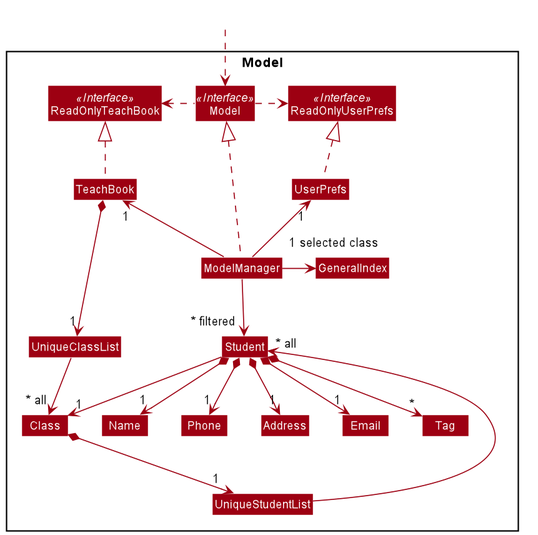
yulonglim/tp keeps this PlantUML diagram as docs/images/ModelClassDiagram.png. Above is the earlier version. The source it was exported from:
```plantuml
@startuml
!include style.puml
skinparam arrowThickness 1.1
skinparam arrowColor MODEL_COLOR
skinparam classBackgroundColor MODEL_COLOR

Package Model <<Rectangle>>{
Interface ReadOnlyTeachBook <<Interface>>
Interface ReadOnlyUserPrefs <<Interface>>
Interface Model <<Interface>>
Class ReadOnlyTeachBook
Class ReadOnlyUserPrefs
Class Model

Class TeachBook
Class UserPrefs
Class ModelManager

Class UniqueClassList
Class GeneralIndex
Class UniqueStudentList

Class Student
Class Name
Class Phone
Class Class
Class Address
Class Email
Class Tag
}

Class HiddenOutside #FFFFFF
HiddenOutside ..> Model

TeachBook .up.|> ReadOnlyTeachBook
ModelManager .up.|> Model
UserPrefs .up.|> ReadOnlyUserPrefs
Model .left.> ReadOnlyTeachBook
Model .right.> ReadOnlyUserPrefs

ModelManager -up-> "1" TeachBook
ModelManager -up-> "1" UserPrefs
ModelManager --> "~* filtered" Student
ModelManager -right-> "1 selected class" GeneralIndex

TeachBook *--> "1" UniqueClassList
UniqueClassList --> "~* all" Class
Class *--> "1" UniqueStudentList
UniqueStudentList --> "~* all" Student

Student *--> "1" Name
Student *--> "1" Phone
Student --> "1" Class
Student *--> "1" Email
Student *--> "1" Address
Student *--> "*" Tag

Name -[hidden]right-> Phone
Phone -[hidden]right-> Address
Address -[hidden]right-> Email

@enduml
```
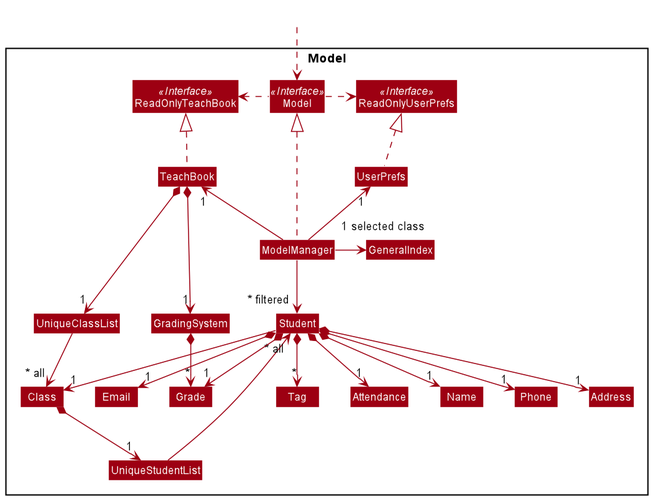
Above is the later version.

Diff of the diagram source:
```diff
@@ -19,6 +19,7 @@
 Class UniqueClassList
 Class GeneralIndex
 Class UniqueStudentList
+Class GradingSystem
 
 Class Student
 Class Name
@@ -27,6 +28,8 @@
 Class Address
 Class Email
 Class Tag
+Class Attendance
+Class Grade
 }
 
 Class HiddenOutside #FFFFFF
@@ -43,20 +46,27 @@
 ModelManager --> "~* filtered" Student
 ModelManager -right-> "1 selected class" GeneralIndex
 
+TeachBook *--> "1" GradingSystem
 TeachBook *--> "1" UniqueClassList
 UniqueClassList --> "~* all" Class
 Class *--> "1" UniqueStudentList
 UniqueStudentList --> "~* all" Student
+
+GradingSystem *--> "*" Grade
 
 Student *--> "1" Name
 Student *--> "1" Phone
 Student --> "1" Class
 Student *--> "1" Email
 Student *--> "1" Address
+Student *--> "1" Attendance
+Student *--> "1" Grade
 Student *--> "*" Tag
+
 
 Name -[hidden]right-> Phone
 Phone -[hidden]right-> Address
 Address -[hidden]right-> Email
+UniqueClassList -[hidden]right-> Email
 
 @enduml
```
